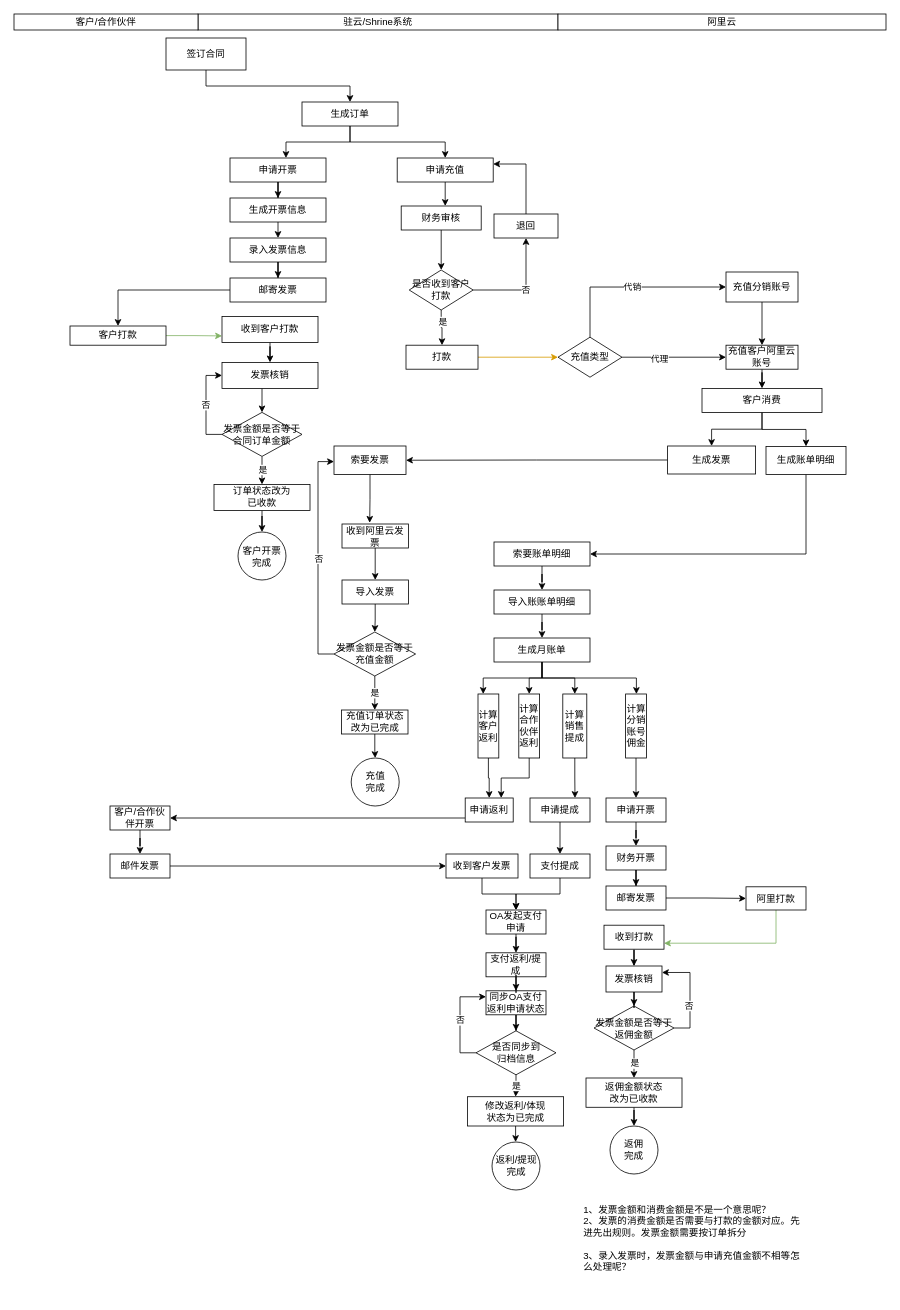
Before: shrine-doc/云资源业务流程.drawio in easefulfil/CLOUDCARE, a draw.io diagram. Source tidied: cells renumbered, new cells numbered last; positions are measured from the earlier drawing's top-left corner, leaving out a move shared by most shapes. Both pictures are drawn from the tidied source at 80%, with x=0, y=0 at pixel (14, 14).
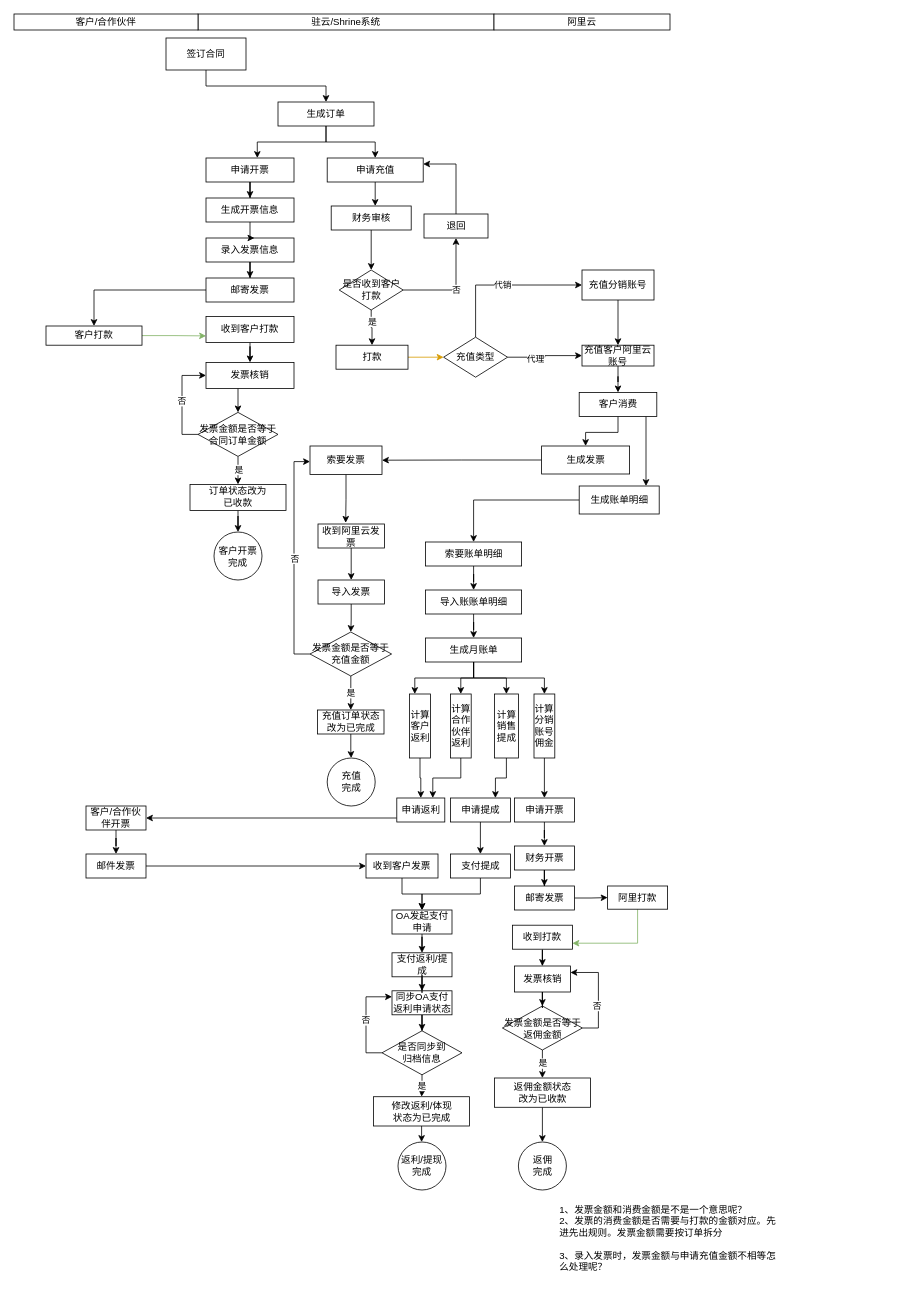
Above is the later version.

Commit message (it also covers changes not shown here):
Update 云资源业务流程.drawio

What changed in the source:
```diff
@@
     <mxCell id="6" value="生成订单" style="rounded=0;whiteSpace=wrap;html=1;" parent="1" vertex="1">
-      <mxGeometry x="360" y="110" width="120" height="30" as="geometry" />
+      <mxGeometry x="330" y="110" width="120" height="30" as="geometry" />
     </mxCell>
     <mxCell id="7" style="edgeStyle=orthogonalEdgeStyle;rounded=0;jettySize=auto;html=1;entryX=0.5;entryY=0;entryDx=0;entryDy=0;" parent="1" edge="1" source="8">
       <mxGeometry relative="1" as="geometry">
-        <mxPoint x="539" y="240" as="targetPoint" />
+        <mxPoint x="451.5" y="240" as="targetPoint" />
       </mxGeometry>
     </mxCell>
     <mxCell id="8" value="申请充值" style="rounded=0;whiteSpace=wrap;html=1;" parent="1" vertex="1">
-      <mxGeometry x="479" y="180" width="120" height="30" as="geometry" />
+      <mxGeometry x="391.5" y="180" width="120" height="30" as="geometry" />
     </mxCell>
@@
     <mxCell id="10" value="财务审核" style="rounded=0;whiteSpace=wrap;html=1;" parent="1" vertex="1">
-      <mxGeometry x="484" y="240" width="100" height="30" as="geometry" />
+      <mxGeometry x="396.5" y="240" width="100" height="30" as="geometry" />
     </mxCell>
@@
     <mxCell id="14" value="是否收到客户打款" style="rhombus;whiteSpace=wrap;html=1;" parent="1" vertex="1">
-      <mxGeometry x="494" y="320" width="80" height="50" as="geometry" />
+      <mxGeometry x="406.5" y="320" width="80" height="50" as="geometry" />
     </mxCell>
@@
     <mxCell id="16" value="打款" style="rounded=0;whiteSpace=wrap;html=1;" parent="1" vertex="1">
-      <mxGeometry x="490" y="414" width="90" height="30" as="geometry" />
+      <mxGeometry x="402.5" y="414" width="90" height="30" as="geometry" />
     </mxCell>
@@
     <mxCell id="18" value="退回" style="rounded=0;whiteSpace=wrap;html=1;" parent="1" vertex="1">
-      <mxGeometry x="600" y="250" width="80" height="30" as="geometry" />
+      <mxGeometry x="512.5" y="250" width="80" height="30" as="geometry" />
     </mxCell>
@@
     <mxCell id="20" value="索要发票" style="rounded=0;whiteSpace=wrap;html=1;" parent="1" vertex="1">
-      <mxGeometry x="400" y="540" width="90" height="35.5" as="geometry" />
+      <mxGeometry x="370" y="540" width="90" height="35.5" as="geometry" />
     </mxCell>
@@
     <mxCell id="22" value="收到阿里云发票" style="rounded=0;whiteSpace=wrap;html=1;" parent="1" vertex="1">
-      <mxGeometry x="410" y="637.5" width="83" height="30" as="geometry" />
+      <mxGeometry x="380" y="637.5" width="83" height="30" as="geometry" />
     </mxCell>
@@
     <mxCell id="24" value="导入发票" style="rounded=0;whiteSpace=wrap;html=1;" parent="1" vertex="1">
-      <mxGeometry x="410" y="707.5" width="83" height="30" as="geometry" />
+      <mxGeometry x="380" y="707.5" width="83" height="30" as="geometry" />
     </mxCell>
@@
     <mxCell id="26" style="edgeStyle=orthogonalEdgeStyle;rounded=0;jettySize=auto;html=1;" parent="1" edge="1" source="28">
       <mxGeometry relative="1" as="geometry">
-        <mxPoint x="400" y="559.5" as="targetPoint" />
+        <mxPoint x="370" y="559.5" as="targetPoint" />
         <Array as="points">
-          <mxPoint x="380" y="800.5" />
-          <mxPoint x="380" y="559.5" />
+          <mxPoint x="350" y="800.5" />
+          <mxPoint x="350" y="559.5" />
         </Array>
       </mxGeometry>
     </mxCell>
@@
     <mxCell id="28" value="发票金额是否等于充值金额" style="rhombus;whiteSpace=wrap;html=1;" parent="1" vertex="1">
-      <mxGeometry x="400" y="772.5" width="102" height="55" as="geometry" />
+      <mxGeometry x="370" y="772.5" width="102" height="55" as="geometry" />
     </mxCell>
     <mxCell id="29" value="充值&lt;br&gt;完成" style="ellipse;whiteSpace=wrap;html=1;" parent="1" vertex="1">
-      <mxGeometry x="421.5" y="930" width="60" height="60" as="geometry" />
+      <mxGeometry x="391.5" y="930" width="60" height="60" as="geometry" />
     </mxCell>
     <mxCell id="30" value="1、发票金额和消费金额是不是一个意思呢？&lt;br&gt;2、发票的消费金额是否需要与打款的金额对应。先进先出规则。发票金额需要按订单拆分&lt;br&gt;&lt;br&gt;&lt;div&gt;&lt;span&gt;3、录入发票时，发票金额与申请充值金额不相等怎么处理呢？&lt;/span&gt;&lt;/div&gt;&lt;div&gt;&lt;span&gt;&lt;br&gt;&lt;/span&gt;&lt;/div&gt;&lt;div&gt;&lt;br&gt;&lt;/div&gt;" style="text;html=1;strokeColor=none;fillColor=none;align=left;verticalAlign=middle;whiteSpace=wrap;rounded=0;" parent="1" vertex="1">
-      <mxGeometry x="710" y="1490" width="280" height="110" as="geometry" />
+      <mxGeometry x="680" y="1490" width="280" height="110" as="geometry" />
     </mxCell>
-    <mxCell id="31" style="edgeStyle=orthogonalEdgeStyle;rounded=0;jettySize=auto;html=1;" parent="1" edge="1" source="32" target="20">
+    <mxCell id="31" style="edgeStyle=orthogonalEdgeStyle;rounded=0;jettySize=auto;html=1;entryX=1;entryY=0.5;entryDx=0;entryDy=0;" parent="1" edge="1" source="32" target="20">
       <mxGeometry relative="1" as="geometry" />
     </mxCell>
     <mxCell id="32" value="&lt;span&gt;生成发票&lt;/span&gt;" style="rounded=0;whiteSpace=wrap;html=1;" parent="1" vertex="1">
-      <mxGeometry x="817" y="540" width="110" height="35" as="geometry" />
+      <mxGeometry x="659.5" y="540" width="110" height="35" as="geometry" />
     </mxCell>
-    <mxCell id="33" style="edgeStyle=orthogonalEdgeStyle;rounded=0;jettySize=auto;html=1;entryX=1;entryY=0.5;entryDx=0;entryDy=0;exitX=0.5;exitY=1;exitDx=0;exitDy=0;" parent="1" edge="1" source="34" target="44">
+    <mxCell id="33" style="edgeStyle=orthogonalEdgeStyle;rounded=0;jettySize=auto;html=1;" parent="1" edge="1" source="34" target="44">
       <mxGeometry relative="1" as="geometry" />
     </mxCell>
     <mxCell id="34" value="&lt;span&gt;生成账单明细&lt;br&gt;&lt;/span&gt;" style="rounded=0;whiteSpace=wrap;html=1;" parent="1" vertex="1">
-      <mxGeometry x="940" y="540.5" width="100" height="35" as="geometry" />
+      <mxGeometry x="706.5" y="590" width="100" height="35" as="geometry" />
     </mxCell>
     <mxCell id="35" value="驻云/Shrine系统" style="rounded=0;whiteSpace=wrap;html=1;" parent="1" vertex="1">
-      <mxGeometry x="230" width="450" height="20" as="geometry" />
+      <mxGeometry x="230" width="370" height="20" as="geometry" />
     </mxCell>
@@
     <mxCell id="37" value="阿里云" style="rounded=0;whiteSpace=wrap;html=1;" parent="1" vertex="1">
-      <mxGeometry x="680" width="410" height="20" as="geometry" />
+      <mxGeometry x="600" width="220" height="20" as="geometry" />
     </mxCell>
@@
     <mxCell id="39" value="申请开票" style="rounded=0;whiteSpace=wrap;html=1;" parent="1" vertex="1">
-      <mxGeometry x="270" y="180" width="120" height="30" as="geometry" />
+      <mxGeometry x="240" y="180" width="110" height="30" as="geometry" />
     </mxCell>
+    <mxCell id="41" style="edgeStyle=orthogonalEdgeStyle;rounded=0;jettySize=auto;html=1;entryX=0.5;entryY=0;entryDx=0;entryDy=0;" parent="1" edge="1" source="42" target="32">
+      <mxGeometry relative="1" as="geometry" />
+    </mxCell>
-    <mxCell id="40" style="edgeStyle=orthogonalEdgeStyle;rounded=0;jettySize=auto;html=1;" parent="1" edge="1" source="42" target="34">
-      <mxGeometry relative="1" as="geometry" />
+    <mxCell id="40" style="edgeStyle=orthogonalEdgeStyle;rounded=0;jettySize=auto;html=1;entryX=0.835;entryY=0;entryDx=0;entryDy=0;entryPerimeter=0;" parent="1" edge="1" source="42" target="34">
+      <mxGeometry relative="1" as="geometry">
+        <Array as="points">
+          <mxPoint x="790" y="520" />
+          <mxPoint x="790" y="520" />
+        </Array>
+      </mxGeometry>
     </mxCell>
-    <mxCell id="41" style="edgeStyle=orthogonalEdgeStyle;rounded=0;jettySize=auto;html=1;entryX=0.5;entryY=0;entryDx=0;entryDy=0;" parent="1" edge="1" source="42" target="32">
-      <mxGeometry relative="1" as="geometry" />
-    </mxCell>
     <mxCell id="42" value="客户消费" style="rounded=0;whiteSpace=wrap;html=1;" parent="1" vertex="1">
-      <mxGeometry x="860" y="468" width="150" height="30" as="geometry" />
+      <mxGeometry x="706.5" y="473" width="97" height="30" as="geometry" />
     </mxCell>
@@
     <mxCell id="44" value="索要账单明细" style="rounded=0;whiteSpace=wrap;html=1;" parent="1" vertex="1">
-      <mxGeometry x="600" y="660" width="120" height="30" as="geometry" />
+      <mxGeometry x="514.5" y="660" width="120" height="30" as="geometry" />
     </mxCell>
@@
     <mxCell id="46" value="导入账账单明细" style="rounded=0;whiteSpace=wrap;html=1;" parent="1" vertex="1">
-      <mxGeometry x="600" y="720" width="120" height="30" as="geometry" />
+      <mxGeometry x="514.5" y="720" width="120" height="30" as="geometry" />
     </mxCell>
@@
     <mxCell id="48" value="计算分销账号佣金" style="rounded=0;whiteSpace=wrap;html=1;" parent="1" vertex="1">
-      <mxGeometry x="764.5" y="850" width="26" height="80" as="geometry" />
+      <mxGeometry x="650" y="850" width="26" height="80" as="geometry" />
     </mxCell>
@@
     <mxCell id="50" value="计算客户返利" style="rounded=0;whiteSpace=wrap;html=1;" parent="1" vertex="1">
-      <mxGeometry x="580" y="850" width="26" height="80" as="geometry" />
+      <mxGeometry x="494.5" y="850" width="26" height="80" as="geometry" />
     </mxCell>
@@
     <mxCell id="52" value="计算销售提成" style="rounded=0;whiteSpace=wrap;html=1;" parent="1" vertex="1">
-      <mxGeometry x="686" y="850" width="30" height="80" as="geometry" />
+      <mxGeometry x="600.5" y="850" width="30" height="80" as="geometry" />
     </mxCell>
@@
-    <mxCell id="54" style="edgeStyle=orthogonalEdgeStyle;rounded=0;orthogonalLoop=1;jettySize=auto;html=1;" parent="1" edge="1">
+    <mxCell id="54" style="edgeStyle=orthogonalEdgeStyle;rounded=0;jettySize=auto;html=1;entryX=0.5;entryY=0;entryDx=0;entryDy=0;" parent="1" edge="1" target="48">
       <mxGeometry relative="1" as="geometry">
-        <mxPoint x="660" y="810" as="sourcePoint" />
-        <mxPoint x="778" y="850" as="targetPoint" />
+        <mxPoint x="574.5" y="810" as="sourcePoint" />
         <Array as="points">
-          <mxPoint x="660" y="830" />
-          <mxPoint x="778" y="830" />
+          <mxPoint x="575" y="830" />
+          <mxPoint x="663" y="830" />
         </Array>
       </mxGeometry>
     </mxCell>
@@
     <mxCell id="56" style="edgeStyle=orthogonalEdgeStyle;rounded=0;jettySize=auto;html=1;entryX=0.5;entryY=0;entryDx=0;entryDy=0;" parent="1" edge="1" target="59">
       <mxGeometry relative="1" as="geometry">
-        <mxPoint x="660" y="810" as="sourcePoint" />
+        <mxPoint x="574.5" y="810" as="sourcePoint" />
         <Array as="points">
-          <mxPoint x="660" y="830" />
-          <mxPoint x="644" y="830" />
+          <mxPoint x="574.5" y="830" />
+          <mxPoint x="558.5" y="830" />
         </Array>
       </mxGeometry>
     </mxCell>
     <mxCell id="57" value="生成月账单" style="rounded=0;whiteSpace=wrap;html=1;" parent="1" vertex="1">
-      <mxGeometry x="600" y="780" width="120" height="30" as="geometry" />
+      <mxGeometry x="514.5" y="780" width="120" height="30" as="geometry" />
     </mxCell>
@@
     <mxCell id="59" value="计算合作伙伴返利&lt;br&gt;" style="rounded=0;whiteSpace=wrap;html=1;" parent="1" vertex="1">
-      <mxGeometry x="631" y="850" width="26" height="80" as="geometry" />
+      <mxGeometry x="545.5" y="850" width="26" height="80" as="geometry" />
     </mxCell>
@@
     <mxCell id="61" value="申请开票" style="rounded=0;whiteSpace=wrap;html=1;" parent="1" vertex="1">
-      <mxGeometry x="740" y="980" width="75" height="30" as="geometry" />
+      <mxGeometry x="625.5" y="980" width="75" height="30" as="geometry" />
     </mxCell>
     <mxCell id="62" style="edgeStyle=orthogonalEdgeStyle;rounded=0;jettySize=auto;html=1;entryX=1;entryY=0.5;entryDx=0;entryDy=0;" parent="1" edge="1" source="63" target="75">
       <mxGeometry relative="1" as="geometry">
         <Array as="points">
-          <mxPoint x="470" y="1005" />
-          <mxPoint x="470" y="1005" />
+          <mxPoint x="440" y="1005" />
+          <mxPoint x="440" y="1005" />
         </Array>
       </mxGeometry>
     </mxCell>
     <mxCell id="63" value="申请返利" style="rounded=0;whiteSpace=wrap;html=1;" parent="1" vertex="1">
-      <mxGeometry x="564" y="980" width="60" height="30" as="geometry" />
+      <mxGeometry x="478.5" y="980" width="60" height="30" as="geometry" />
     </mxCell>
@@
     <mxCell id="65" value="申请提成" style="rounded=0;whiteSpace=wrap;html=1;" parent="1" vertex="1">
-      <mxGeometry x="645" y="980" width="75" height="30" as="geometry" />
+      <mxGeometry x="545.5" y="980" width="75" height="30" as="geometry" />
     </mxCell>
@@
     <mxCell id="67" value="财务开票" style="rounded=0;whiteSpace=wrap;html=1;" parent="1" vertex="1">
-      <mxGeometry x="740" y="1040" width="75" height="30" as="geometry" />
+      <mxGeometry x="625.5" y="1040" width="75" height="30" as="geometry" />
     </mxCell>
-    <mxCell id="68" style="edgeStyle=orthogonalEdgeStyle;rounded=0;jettySize=auto;html=1;" parent="1" edge="1" source="69" target="71">
+    <mxCell id="68" style="edgeStyle=orthogonalEdgeStyle;rounded=0;jettySize=auto;html=1;entryX=0;entryY=0.5;entryDx=0;entryDy=0;" parent="1" edge="1" source="69" target="71">
       <mxGeometry relative="1" as="geometry" />
     </mxCell>
     <mxCell id="69" value="邮寄发票" style="rounded=0;whiteSpace=wrap;html=1;" parent="1" vertex="1">
-      <mxGeometry x="740" y="1090" width="75" height="30" as="geometry" />
+      <mxGeometry x="625.5" y="1090" width="75" height="30" as="geometry" />
     </mxCell>
@@
     <mxCell id="71" value="阿里打款" style="rounded=0;whiteSpace=wrap;html=1;" parent="1" vertex="1">
-      <mxGeometry x="915" y="1091" width="75" height="29" as="geometry" />
+      <mxGeometry x="742" y="1090" width="75" height="29" as="geometry" />
     </mxCell>
@@
     <mxCell id="73" value="收到打款" style="rounded=0;whiteSpace=wrap;html=1;" parent="1" vertex="1">
-      <mxGeometry x="737.5" y="1139" width="75" height="30" as="geometry" />
+      <mxGeometry x="623" y="1139" width="75" height="30" as="geometry" />
     </mxCell>
@@
     <mxCell id="75" value="客户/合作伙伴开票" style="rounded=0;whiteSpace=wrap;html=1;" parent="1" vertex="1">
-      <mxGeometry x="120" y="990" width="75" height="30" as="geometry" />
+      <mxGeometry x="90" y="990" width="75" height="30" as="geometry" />
     </mxCell>
@@
     <mxCell id="77" value="邮件发票" style="rounded=0;whiteSpace=wrap;html=1;" parent="1" vertex="1">
-      <mxGeometry x="120" y="1050" width="75" height="30" as="geometry" />
+      <mxGeometry x="90" y="1050" width="75" height="30" as="geometry" />
     </mxCell>
     <mxCell id="78" value="返佣&lt;br&gt;完成" style="ellipse;whiteSpace=wrap;html=1;" parent="1" vertex="1">
-      <mxGeometry x="745" y="1390" width="60" height="60" as="geometry" />
+      <mxGeometry x="630.5" y="1410" width="60" height="60" as="geometry" />
     </mxCell>
@@
     <mxCell id="80" value="支付提成" style="rounded=0;whiteSpace=wrap;html=1;" parent="1" vertex="1">
-      <mxGeometry x="645" y="1050" width="75" height="30" as="geometry" />
+      <mxGeometry x="545.5" y="1050" width="75" height="30" as="geometry" />
     </mxCell>
@@
     <mxCell id="82" value="录入发票信息" style="rounded=0;whiteSpace=wrap;html=1;" parent="1" vertex="1">
-      <mxGeometry x="270" y="280" width="120" height="30" as="geometry" />
+      <mxGeometry x="240" y="280" width="110" height="30" as="geometry" />
     </mxCell>
@@
     <mxCell id="84" value="邮寄发票" style="rounded=0;whiteSpace=wrap;html=1;" parent="1" vertex="1">
-      <mxGeometry x="270" y="330" width="120" height="30" as="geometry" />
+      <mxGeometry x="240" y="330" width="110" height="30" as="geometry" />
     </mxCell>
@@
     <mxCell id="86" value="客户打款" style="rounded=0;whiteSpace=wrap;html=1;" parent="1" vertex="1">
-      <mxGeometry x="70" y="390" width="120" height="24" as="geometry" />
+      <mxGeometry x="40" y="390" width="120" height="24" as="geometry" />
     </mxCell>
@@
     <mxCell id="88" value="收到客户打款" style="rounded=0;whiteSpace=wrap;html=1;" parent="1" vertex="1">
-      <mxGeometry x="260" y="378" width="120" height="32.5" as="geometry" />
+      <mxGeometry x="240" y="378" width="110" height="32.5" as="geometry" />
     </mxCell>
     <mxCell id="89" style="edgeStyle=orthogonalEdgeStyle;rounded=0;jettySize=auto;html=1;" parent="1" edge="1" source="90">
       <mxGeometry relative="1" as="geometry">
-        <mxPoint x="330" y="280" as="targetPoint" />
+        <mxPoint x="300" y="280" as="targetPoint" />
       </mxGeometry>
     </mxCell>
     <mxCell id="90" value="生成开票信息" style="rounded=0;whiteSpace=wrap;html=1;" parent="1" vertex="1">
-      <mxGeometry x="270" y="230" width="120" height="30" as="geometry" />
+      <mxGeometry x="240" y="230" width="110" height="30" as="geometry" />
     </mxCell>
@@
     <mxCell id="94" value="发票金额是否等于合同订单金额" style="rhombus;whiteSpace=wrap;html=1;" parent="1" vertex="1">
-      <mxGeometry x="260" y="498" width="100" height="55" as="geometry" />
+      <mxGeometry x="230" y="498" width="100" height="55" as="geometry" />
     </mxCell>
     <mxCell id="95" value="客户开票完成" style="ellipse;whiteSpace=wrap;html=1;" parent="1" vertex="1">
-      <mxGeometry x="280" y="647.5" width="60" height="60" as="geometry" />
+      <mxGeometry x="250" y="647.5" width="60" height="60" as="geometry" />
     </mxCell>
-    <mxCell id="96" style="edgeStyle=orthogonalEdgeStyle;rounded=0;jettySize=auto;html=1;entryX=0.5;entryY=0;entryDx=0;entryDy=0;" parent="1" edge="1" source="97" target="99">
+    <mxCell id="96" style="edgeStyle=orthogonalEdgeStyle;rounded=0;jettySize=auto;html=1;" parent="1" edge="1" source="97" target="99">
       <mxGeometry relative="1" as="geometry" />
     </mxCell>
     <mxCell id="97" value="收到客户发票" style="rounded=0;whiteSpace=wrap;html=1;" parent="1" vertex="1">
-      <mxGeometry x="540" y="1050" width="90" height="30" as="geometry" />
+      <mxGeometry x="440" y="1050" width="90" height="30" as="geometry" />
     </mxCell>
@@
     <mxCell id="99" value="OA发起支付申请" style="rounded=0;whiteSpace=wrap;html=1;" parent="1" vertex="1">
-      <mxGeometry x="590" y="1120" width="75" height="30" as="geometry" />
+      <mxGeometry x="472.5" y="1120" width="75" height="30" as="geometry" />
     </mxCell>
     <mxCell id="100" value="支付返利/提成" style="rounded=0;whiteSpace=wrap;html=1;" parent="1" vertex="1">
-      <mxGeometry x="590" y="1173.5" width="75" height="30" as="geometry" />
+      <mxGeometry x="472.5" y="1173.5" width="75" height="30" as="geometry" />
     </mxCell>
     <mxCell id="101" value="返利/提现&lt;br&gt;完成" style="ellipse;whiteSpace=wrap;html=1;" parent="1" vertex="1">
-      <mxGeometry x="597.5" y="1410" width="60" height="60" as="geometry" />
+      <mxGeometry x="480" y="1410" width="60" height="60" as="geometry" />
     </mxCell>
@@
     <mxCell id="103" value="充值类型" style="rhombus;whiteSpace=wrap;html=1;" parent="1" vertex="1">
-      <mxGeometry x="680" y="404" width="80" height="50" as="geometry" />
+      <mxGeometry x="537" y="404" width="80" height="50" as="geometry" />
     </mxCell>
@@
     <mxCell id="105" value="充值分销账号" style="rounded=0;whiteSpace=wrap;html=1;" parent="1" vertex="1">
-      <mxGeometry x="890" y="322.5" width="90" height="37.5" as="geometry" />
+      <mxGeometry x="710" y="320" width="90" height="37.5" as="geometry" />
     </mxCell>
-    <mxCell id="106" style="edgeStyle=orthogonalEdgeStyle;rounded=0;jettySize=auto;html=1;" parent="1" edge="1" source="107" target="42">
+    <mxCell id="106" style="edgeStyle=orthogonalEdgeStyle;rounded=0;jettySize=auto;html=1;entryX=0.5;entryY=0;entryDx=0;entryDy=0;" parent="1" edge="1" source="107" target="42">
       <mxGeometry relative="1" as="geometry" />
     </mxCell>
     <mxCell id="107" value="充值客户阿里云账号" style="rounded=0;whiteSpace=wrap;html=1;" parent="1" vertex="1">
-      <mxGeometry x="890" y="414" width="90" height="30" as="geometry" />
+      <mxGeometry x="710" y="414" width="90" height="26" as="geometry" />
     </mxCell>
@@
     <mxCell id="110" style="edgeStyle=orthogonalEdgeStyle;rounded=0;jettySize=auto;html=1;" parent="1" edge="1" source="111" target="94">
       <mxGeometry relative="1" as="geometry">
         <Array as="points">
-          <mxPoint x="310" y="480" />
-          <mxPoint x="310" y="480" />
+          <mxPoint x="280" y="480" />
+          <mxPoint x="280" y="480" />
         </Array>
       </mxGeometry>
     </mxCell>
     <mxCell id="111" value="发票核销" style="rounded=0;whiteSpace=wrap;html=1;" parent="1" vertex="1">
-      <mxGeometry x="260" y="435.5" width="120" height="32.5" as="geometry" />
+      <mxGeometry x="240" y="435.5" width="110" height="32.5" as="geometry" />
     </mxCell>
@@
     <mxCell id="113" value="订单状态改为&lt;br&gt;已收款" style="rounded=0;whiteSpace=wrap;html=1;" parent="1" vertex="1">
-      <mxGeometry x="250" y="588" width="120" height="32.5" as="geometry" />
+      <mxGeometry x="220" y="588" width="120" height="32.5" as="geometry" />
     </mxCell>
@@
     <mxCell id="118" value="发票金额是否等于返佣金额" style="rhombus;whiteSpace=wrap;html=1;" parent="1" vertex="1">
-      <mxGeometry x="725" y="1240" width="100" height="55" as="geometry" />
+      <mxGeometry x="610.5" y="1240" width="100" height="55" as="geometry" />
     </mxCell>
@@
     <mxCell id="120" value="返佣金额状态&lt;br&gt;改为已收款" style="rounded=0;whiteSpace=wrap;html=1;" parent="1" vertex="1">
-      <mxGeometry x="715" y="1330" width="120" height="36.6" as="geometry" />
+      <mxGeometry x="600.5" y="1330" width="120" height="36.6" as="geometry" />
     </mxCell>
@@
     <mxCell id="122" value="发票核销" style="rounded=0;whiteSpace=wrap;html=1;" parent="1" vertex="1">
-      <mxGeometry x="740" y="1190" width="70" height="32.5" as="geometry" />
+      <mxGeometry x="625.5" y="1190" width="70" height="32.5" as="geometry" />
     </mxCell>
@@
     <mxCell id="124" value="充值订单状态改为已完成" style="rounded=0;whiteSpace=wrap;html=1;" parent="1" vertex="1">
-      <mxGeometry x="409.5" y="870" width="83" height="30" as="geometry" />
+      <mxGeometry x="379.5" y="870" width="83" height="30" as="geometry" />
     </mxCell>
@@
     <mxCell id="127" value="是否同步到&lt;br&gt;归档信息" style="rhombus;whiteSpace=wrap;html=1;" parent="1" vertex="1">
-      <mxGeometry x="577.5" y="1271" width="100" height="55" as="geometry" />
+      <mxGeometry x="460" y="1271" width="100" height="55" as="geometry" />
     </mxCell>
@@
     <mxCell id="129" value="同步OA支付返利申请状态" style="rounded=0;whiteSpace=wrap;html=1;" parent="1" vertex="1">
-      <mxGeometry x="590" y="1221" width="75" height="30" as="geometry" />
+      <mxGeometry x="472.5" y="1221" width="75" height="30" as="geometry" />
     </mxCell>
@@
     <mxCell id="132" value="修改返利/体现&lt;br&gt;状态为已完成" style="rounded=0;whiteSpace=wrap;html=1;" parent="1" vertex="1">
-      <mxGeometry x="567" y="1353.4" width="120" height="36.6" as="geometry" />
+      <mxGeometry x="449.5" y="1353.4" width="120" height="36.6" as="geometry" />
     </mxCell>
```
